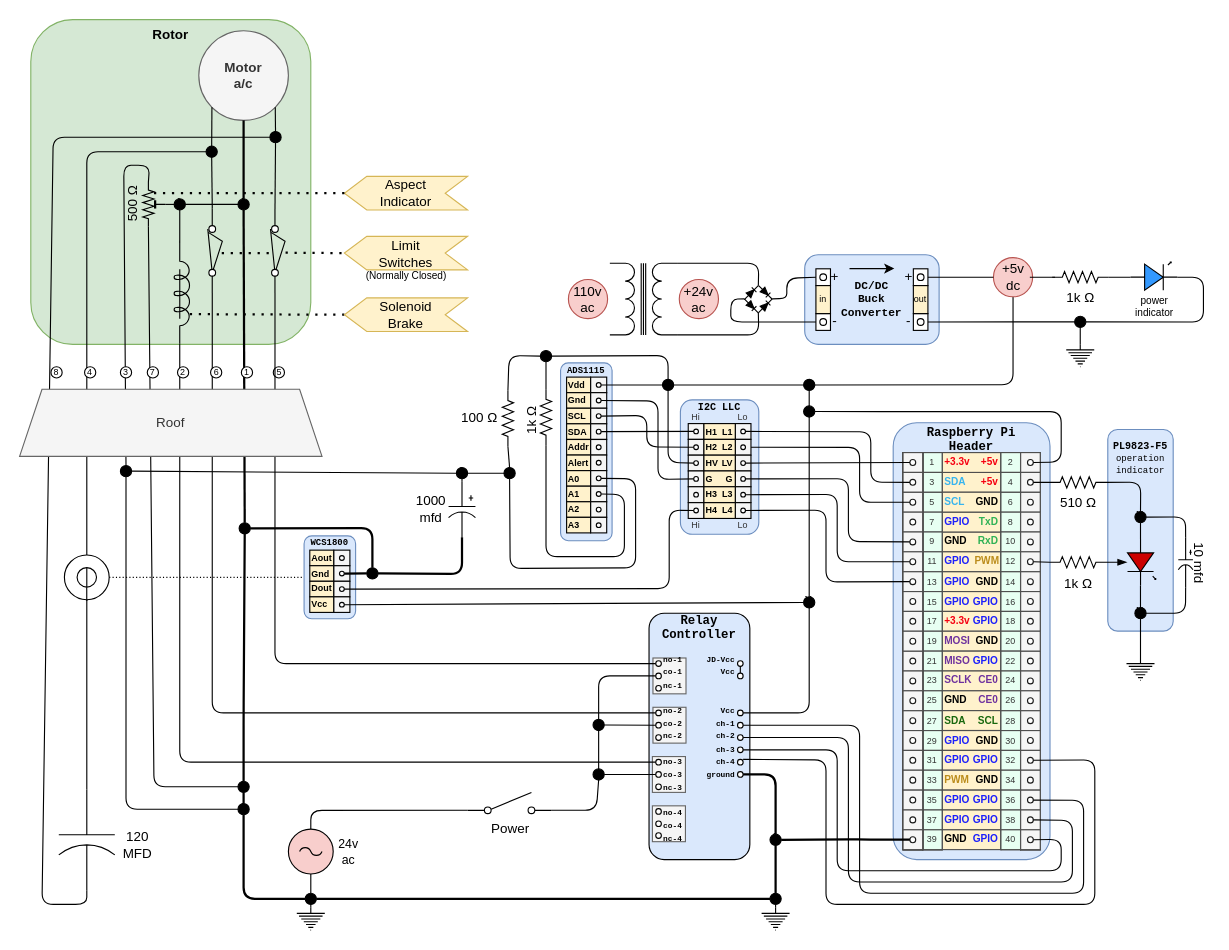
This is readme/rotor.drawio from wryan67/rotor, a draw.io file, before an edit. Source tidied: cells renumbered, new cells numbered last; positions are measured from the earlier drawing's top-left corner, leaving out a move shared by most shapes. Both pictures are drawn from the tidied source at 112%, with x=0, y=0 at pixel (19, 19).
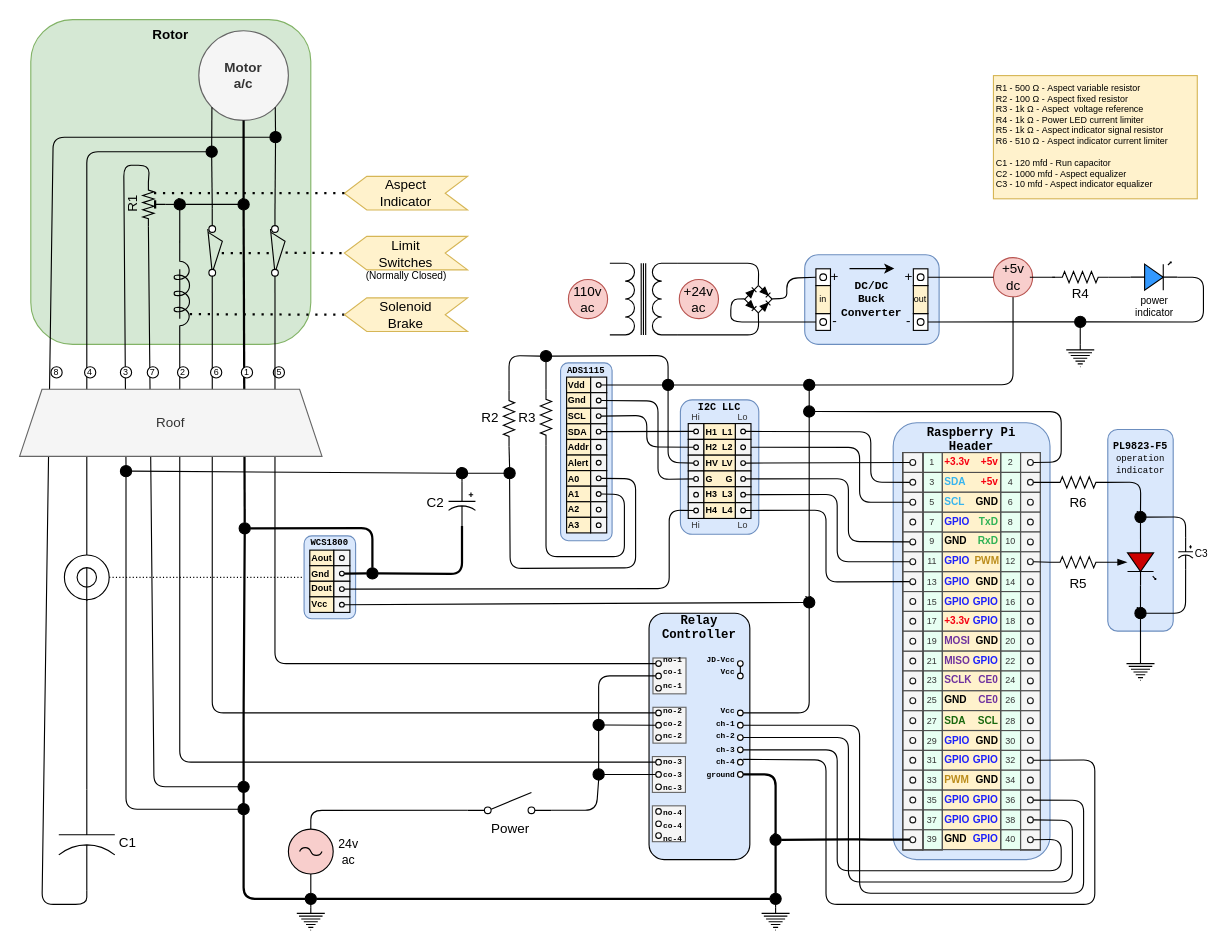
The same page after the edit.

Commit message:
update circuit diagram

Change to the diagram source:
```diff
@@
-    <mxCell id="284" value="500&amp;nbsp;Ω" style="verticalLabelPosition=top;shadow=0;dashed=0;align=center;html=1;verticalAlign=bottom;shape=mxgraph.electrical.resistors.trimmer_pot_2;rotation=-90;labelPosition=center;" parent="1" vertex="1">
+    <mxCell id="284" value="R1" style="verticalLabelPosition=top;shadow=0;dashed=0;align=center;html=1;verticalAlign=bottom;shape=mxgraph.electrical.resistors.trimmer_pot_2;rotation=-90;labelPosition=center;" parent="1" vertex="1">
       <mxGeometry x="100" y="155" width="40" height="20" as="geometry" />
     </mxCell>
@@
-    <mxCell id="299" value="120&lt;br&gt;MFD" style="verticalLabelPosition=bottom;shadow=0;dashed=0;align=center;html=1;verticalAlign=middle;shape=mxgraph.electrical.capacitors.capacitor_2;fontSize=12;rotation=90;horizontal=0;spacingTop=9;spacingRight=0;spacingLeft=-11;" parent="1" vertex="1">
+    <mxCell id="299" value="C1" style="verticalLabelPosition=bottom;shadow=0;dashed=0;align=left;html=1;verticalAlign=middle;shape=mxgraph.electrical.capacitors.capacitor_2;fontSize=12;rotation=90;horizontal=0;spacingTop=6;spacingRight=0;spacingLeft=2;" parent="1" vertex="1">
       <mxGeometry x="15" y="707.3" width="90" height="50" as="geometry" />
     </mxCell>
@@
-    <mxCell id="304" value="100 Ω" style="verticalLabelPosition=middle;shadow=0;dashed=0;align=right;html=1;verticalAlign=middle;shape=mxgraph.electrical.resistors.resistor_2;fontSize=12;direction=north;labelPosition=left;spacingLeft=-1;spacingBottom=0;spacingRight=3;" parent="1" vertex="1">
-      <mxGeometry x="431" y="331.2" width="10" height="50" as="geometry" />
+    <mxCell id="304" value="R2" style="verticalLabelPosition=middle;shadow=0;dashed=0;align=right;html=1;verticalAlign=middle;shape=mxgraph.electrical.resistors.resistor_2;fontSize=12;direction=north;labelPosition=left;spacingLeft=-1;spacingBottom=0;spacingRight=3;" parent="1" vertex="1">
+      <mxGeometry x="432" y="331.2" width="10" height="50" as="geometry" />
     </mxCell>
@@
-    <mxCell id="446" value="1k&amp;nbsp;Ω" style="verticalLabelPosition=bottom;shadow=0;dashed=0;align=center;html=1;verticalAlign=top;shape=mxgraph.electrical.resistors.resistor_2;fontSize=12;" parent="1" vertex="1">
+    <mxCell id="446" value="R4" style="verticalLabelPosition=bottom;shadow=0;dashed=0;align=center;html=1;verticalAlign=top;shape=mxgraph.electrical.resistors.resistor_2;fontSize=12;spacingTop=-4;" parent="1" vertex="1">
       <mxGeometry x="922" y="225" width="50" height="10" as="geometry" />
     </mxCell>
@@
-    <mxCell id="450" value="510 Ω" style="verticalLabelPosition=bottom;shadow=0;dashed=0;align=center;html=1;verticalAlign=top;shape=mxgraph.electrical.resistors.resistor_2;fontSize=12;" parent="1" vertex="1">
+    <mxCell id="450" value="R6" style="verticalLabelPosition=bottom;shadow=0;dashed=0;align=center;html=1;verticalAlign=top;shape=mxgraph.electrical.resistors.resistor_2;fontSize=12;" parent="1" vertex="1">
       <mxGeometry x="920" y="408.2" width="50" height="10" as="geometry" />
     </mxCell>
@@
-    <mxCell id="452" value="10 mfd" style="verticalLabelPosition=top;shadow=0;dashed=0;align=center;html=1;verticalAlign=bottom;shape=mxgraph.electrical.capacitors.capacitor_3;fontSize=12;rotation=90;spacingTop=0;labelPosition=center;spacingBottom=-3;" parent="1" vertex="1">
-      <mxGeometry x="1018.8" y="478" width="44.6" height="13.1" as="geometry" />
+    <mxCell id="452" value="C3" style="verticalLabelPosition=bottom;shadow=0;dashed=0;align=center;html=1;verticalAlign=middle;shape=mxgraph.electrical.capacitors.capacitor_3;fontSize=9;rotation=90;spacingTop=0;labelPosition=center;spacingBottom=0;horizontal=0;spacingLeft=1;spacingRight=0;" parent="1" vertex="1">
+      <mxGeometry x="1026.8" y="470" width="28.6" height="13.1" as="geometry" />
     </mxCell>
@@
-    <mxCell id="461" value="1k Ω" style="verticalLabelPosition=bottom;shadow=0;dashed=0;align=center;html=1;verticalAlign=top;shape=mxgraph.electrical.resistors.resistor_2;fontSize=12;" parent="1" vertex="1">
+    <mxCell id="461" value="R5" style="verticalLabelPosition=bottom;shadow=0;dashed=0;align=center;html=1;verticalAlign=top;shape=mxgraph.electrical.resistors.resistor_2;fontSize=12;" parent="1" vertex="1">
       <mxGeometry x="920" y="479.5" width="50" height="10" as="geometry" />
     </mxCell>
@@
-    <mxCell id="520" value="1k&amp;nbsp;Ω" style="verticalLabelPosition=middle;shadow=0;dashed=0;align=center;html=1;verticalAlign=middle;shape=mxgraph.electrical.resistors.resistor_2;fontSize=12;direction=north;labelPosition=left;spacingLeft=-8;spacingBottom=5;spacingRight=0;horizontal=0;spacingTop=0;" parent="1" vertex="1">
+    <mxCell id="520" value="R3" style="verticalLabelPosition=middle;shadow=0;dashed=0;align=right;html=1;verticalAlign=middle;shape=mxgraph.electrical.resistors.resistor_2;fontSize=12;direction=north;labelPosition=left;spacingLeft=-1;spacingBottom=-2;spacingRight=3;horizontal=1;spacingTop=0;" parent="1" vertex="1">
       <mxGeometry x="465" y="330" width="10" height="50" as="geometry" />
     </mxCell>
@@
-    <mxCell id="525" value="1000&lt;br&gt;mfd" style="verticalLabelPosition=top;shadow=0;dashed=0;align=center;html=1;verticalAlign=middle;shape=mxgraph.electrical.capacitors.capacitor_3;fontSize=12;rotation=90;spacingTop=0;horizontal=0;labelPosition=center;spacingBottom=0;spacingLeft=-8;" parent="1" vertex="1">
-      <mxGeometry x="370" y="425.2" width="50" height="24" as="geometry" />
+    <mxCell id="525" value="C2" style="verticalLabelPosition=top;shadow=0;dashed=0;align=center;html=1;verticalAlign=middle;shape=mxgraph.electrical.capacitors.capacitor_3;fontSize=12;rotation=90;spacingTop=0;horizontal=0;labelPosition=center;spacingBottom=0;spacingLeft=0;" parent="1" vertex="1">
+      <mxGeometry x="375" y="420.2" width="40" height="24" as="geometry" />
     </mxCell>
@@
+    <mxCell id="532" value="&lt;font style=&quot;font-size: 8px&quot;&gt;R1 -&amp;nbsp;&lt;span style=&quot;text-align: center&quot;&gt;500&amp;nbsp;Ω - Aspect variable resistor&lt;br&gt;R2 - 100&amp;nbsp;&lt;/span&gt;&lt;span style=&quot;text-align: center&quot;&gt;Ω - Aspect fixed resistor&lt;br&gt;&lt;/span&gt;&lt;span style=&quot;text-align: center&quot;&gt;R3 - 1k&amp;nbsp;&lt;/span&gt;&lt;span style=&quot;text-align: center&quot;&gt;Ω - Aspect&amp;nbsp; voltage reference&lt;br&gt;&lt;/span&gt;&lt;span style=&quot;text-align: center&quot;&gt;R4 - 1k&lt;/span&gt;&lt;span style=&quot;text-align: center&quot;&gt;&amp;nbsp;&lt;/span&gt;&lt;span style=&quot;text-align: center&quot;&gt;Ω - Power LED current limiter&lt;br&gt;&lt;/span&gt;&lt;span style=&quot;text-align: center&quot;&gt;R5 - 1k&lt;/span&gt;&lt;span style=&quot;text-align: center&quot;&gt;&amp;nbsp;&lt;/span&gt;&lt;span style=&quot;text-align: center&quot;&gt;Ω - Aspect indicator signal resistor&lt;br&gt;&lt;/span&gt;&lt;span style=&quot;text-align: center&quot;&gt;R6 - 510&lt;/span&gt;&lt;span style=&quot;text-align: center&quot;&gt;&amp;nbsp;&lt;/span&gt;&lt;span style=&quot;text-align: center&quot;&gt;Ω - Aspect indicator current limiter&lt;br&gt;&lt;/span&gt;&lt;span style=&quot;text-align: center&quot;&gt;&lt;br&gt;C1 - 120 mfd - Run capacitor&lt;br&gt;C2 - 1000 mfd - Aspect equalizer&lt;br&gt;C3 - 10 mfd - Aspect indicator equalizer&lt;br&gt;&lt;/span&gt;&lt;/font&gt;" style="rounded=0;whiteSpace=wrap;html=1;fillColor=#fff2cc;strokeColor=#d6b656;align=left;fontSize=8;verticalAlign=top;" parent="1" vertex="1">
+      <mxGeometry x="869.5" y="50" width="182" height="110" as="geometry" />
+    </mxCell>
```
